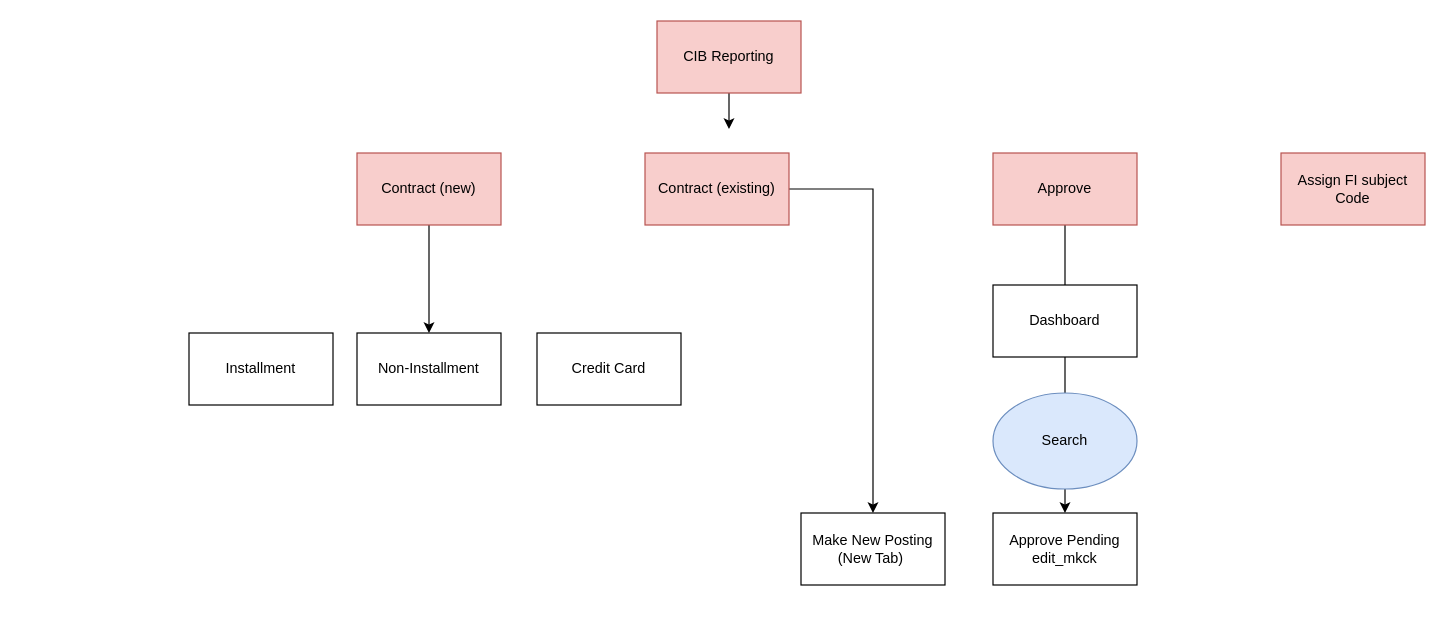
Above: Untitled Diagram.drawio in rakib06/DrawIO (draw.io), before the change. Source tidied: cells renumbered, new cells numbered last; positions are measured from the earlier drawing's top-left corner, leaving out a move shared by most shapes. Both pictures are drawn from the tidied source at 120%, with x=0, y=0 at pixel (188, 20).
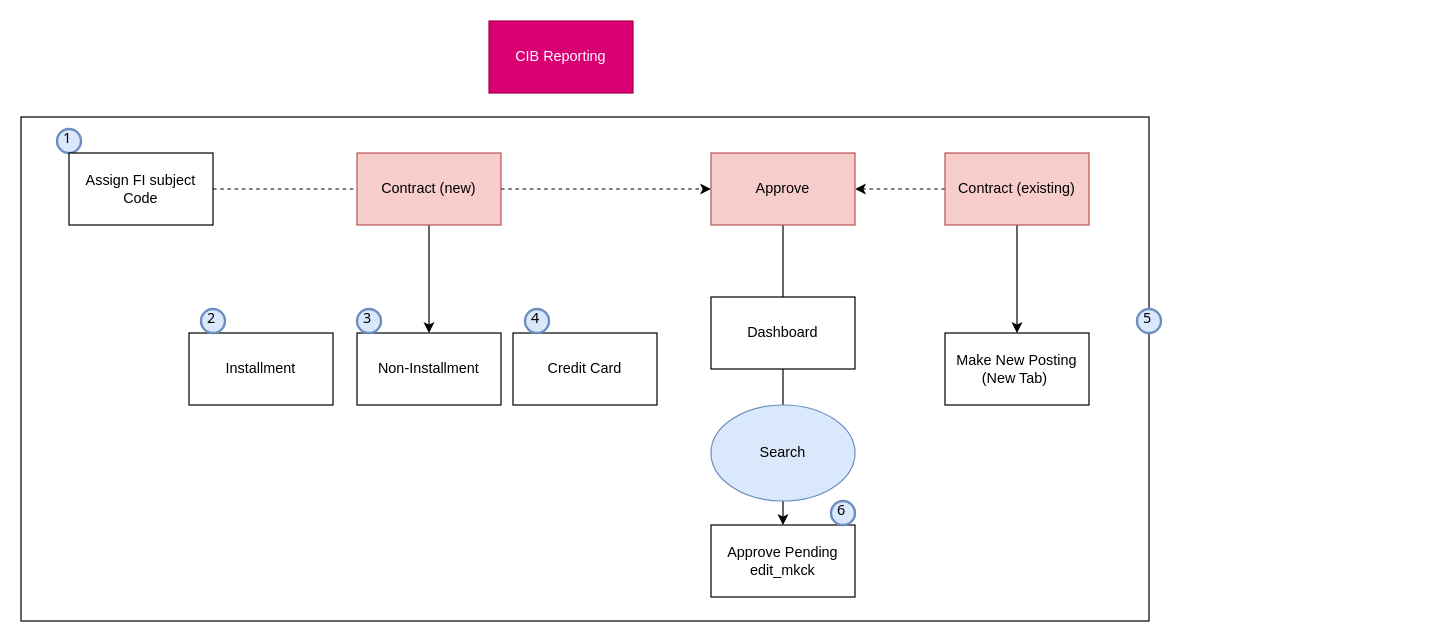
Above is the later version.

Commit message:
cib reporting

The change refers to these unchanged cells:
```xml
<mxCell id="5" value="Contract (new)" style="rounded=0;whiteSpace=wrap;html=1;fillColor=#f8cecc;strokeColor=#b85450;" parent="1" vertex="1">
  <mxGeometry x="140" y="110" width="120" height="60" as="geometry" />
</mxCell>
```

Diff of the diagram source:
```diff
@@
-    <mxCell id="2" style="edgeStyle=orthogonalEdgeStyle;rounded=0;jettySize=auto;html=1;" parent="1" edge="1" source="3">
-      <mxGeometry relative="1" as="geometry">
-        <mxPoint x="450" y="90" as="targetPoint" />
-      </mxGeometry>
-    </mxCell>
+    <mxCell id="19" style="rounded=0;whiteSpace=wrap;html=1;fillColor=none;" parent="1" vertex="1">
+      <mxGeometry x="-140" y="80" width="940" height="420" as="geometry" />
+    </mxCell>
-    <mxCell id="3" value="CIB Reporting" style="rounded=0;whiteSpace=wrap;html=1;fillColor=#f8cecc;strokeColor=#b85450;" parent="1" vertex="1">
-      <mxGeometry x="390" width="120" height="60" as="geometry" />
+    <mxCell id="3" value="CIB Reporting" style="rounded=0;whiteSpace=wrap;html=1;fillColor=#d80073;strokeColor=#A50040;fontColor=#ffffff;" parent="1" vertex="1">
+      <mxGeometry x="250" width="120" height="60" as="geometry" />
     </mxCell>
@@
+    <mxCell id="20" style="edgeStyle=orthogonalEdgeStyle;rounded=0;jettySize=auto;html=1;dashed=1;" parent="1" edge="1" source="5" target="9">
+      <mxGeometry relative="1" as="geometry" />
+    </mxCell>
@@
+    <mxCell id="21" style="edgeStyle=orthogonalEdgeStyle;rounded=0;jettySize=auto;html=1;entryX=1;entryY=0.5;entryDx=0;entryDy=0;dashed=1;" parent="1" edge="1" source="7" target="9">
+      <mxGeometry relative="1" as="geometry" />
+    </mxCell>
     <mxCell id="7" value="Contract (existing)" style="rounded=0;whiteSpace=wrap;html=1;fillColor=#f8cecc;strokeColor=#b85450;" parent="1" vertex="1">
-      <mxGeometry x="380" y="110" width="120" height="60" as="geometry" />
+      <mxGeometry x="630" y="110" width="120" height="60" as="geometry" />
     </mxCell>
     <mxCell id="8" style="edgeStyle=orthogonalEdgeStyle;rounded=0;jettySize=auto;html=1;" parent="1" edge="1" source="9">
       <mxGeometry relative="1" as="geometry">
-        <mxPoint x="730" y="270" as="targetPoint" />
+        <mxPoint x="495" y="280" as="targetPoint" />
       </mxGeometry>
     </mxCell>
     <mxCell id="9" value="Approve" style="rounded=0;whiteSpace=wrap;html=1;fillColor=#f8cecc;strokeColor=#b85450;" parent="1" vertex="1">
-      <mxGeometry x="670" y="110" width="120" height="60" as="geometry" />
+      <mxGeometry x="435" y="110" width="120" height="60" as="geometry" />
     </mxCell>
@@
     <mxCell id="12" value="Credit Card" style="rounded=0;whiteSpace=wrap;html=1;" parent="1" vertex="1">
-      <mxGeometry x="290" y="260" width="120" height="60" as="geometry" />
+      <mxGeometry x="270" y="260" width="120" height="60" as="geometry" />
     </mxCell>
     <mxCell id="13" value="Make New Posting (New Tab)&amp;nbsp;" style="rounded=0;whiteSpace=wrap;html=1;" parent="1" vertex="1">
-      <mxGeometry x="510" y="410" width="120" height="60" as="geometry" />
+      <mxGeometry x="630" y="260" width="120" height="60" as="geometry" />
     </mxCell>
     <mxCell id="14" style="edgeStyle=orthogonalEdgeStyle;rounded=0;jettySize=auto;html=1;" parent="1" edge="1" source="15">
       <mxGeometry relative="1" as="geometry">
-        <mxPoint x="730" y="410" as="targetPoint" />
+        <mxPoint x="495" y="420" as="targetPoint" />
       </mxGeometry>
     </mxCell>
     <mxCell id="15" value="Dashboard" style="rounded=0;whiteSpace=wrap;html=1;" parent="1" vertex="1">
-      <mxGeometry x="670" y="220" width="120" height="60" as="geometry" />
+      <mxGeometry x="435" y="230" width="120" height="60" as="geometry" />
     </mxCell>
     <mxCell id="16" value="Approve Pending&lt;br&gt;edit_mkck" style="rounded=0;whiteSpace=wrap;html=1;" parent="1" vertex="1">
-      <mxGeometry x="670" y="410" width="120" height="60" as="geometry" />
+      <mxGeometry x="435" y="420" width="120" height="60" as="geometry" />
     </mxCell>
+    <mxCell id="18" value="Search" style="ellipse;whiteSpace=wrap;html=1;fillColor=#dae8fc;strokeColor=#6c8ebf;" parent="1" vertex="1">
+      <mxGeometry x="435" y="320" width="120" height="80" as="geometry" />
+    </mxCell>
+    <mxCell id="22" value="1" style="ellipse;whiteSpace=wrap;html=1;strokeWidth=2;fontFamily=Tahoma;spacingBottom=4;spacingRight=2;strokeColor=#6c8ebf;fillColor=#dae8fc;" parent="1" vertex="1">
+      <mxGeometry x="-110" y="90" width="20" height="20" as="geometry" />
+    </mxCell>
+    <mxCell id="23" value="2" style="ellipse;whiteSpace=wrap;html=1;strokeWidth=2;fontFamily=Tahoma;spacingBottom=4;spacingRight=2;strokeColor=#6c8ebf;fillColor=#dae8fc;" parent="1" vertex="1">
+      <mxGeometry x="10" y="240" width="20" height="20" as="geometry" />
+    </mxCell>
+    <mxCell id="24" value="3" style="ellipse;whiteSpace=wrap;html=1;strokeWidth=2;fontFamily=Tahoma;spacingBottom=4;spacingRight=2;strokeColor=#6c8ebf;fillColor=#dae8fc;" parent="1" vertex="1">
+      <mxGeometry x="140" y="240" width="20" height="20" as="geometry" />
+    </mxCell>
-    <mxCell id="17" value="Assign FI subject Code" style="rounded=0;whiteSpace=wrap;html=1;fillColor=#f8cecc;strokeColor=#b85450;" parent="1" vertex="1">
-      <mxGeometry x="910" y="110" width="120" height="60" as="geometry" />
+    <mxCell id="17" value="Assign FI subject Code" style="rounded=0;whiteSpace=wrap;html=1;" parent="1" vertex="1">
+      <mxGeometry x="-100" y="110" width="120" height="60" as="geometry" />
     </mxCell>
-    <mxCell id="18" value="Search" style="ellipse;whiteSpace=wrap;html=1;fillColor=#dae8fc;strokeColor=#6c8ebf;" parent="1" vertex="1">
-      <mxGeometry x="670" y="310" width="120" height="80" as="geometry" />
-    </mxCell>
+    <mxCell id="25" value="4" style="ellipse;whiteSpace=wrap;html=1;strokeWidth=2;fontFamily=Tahoma;spacingBottom=4;spacingRight=2;strokeColor=#6c8ebf;fillColor=#dae8fc;" parent="1" vertex="1">
+      <mxGeometry x="280" y="240" width="20" height="20" as="geometry" />
+    </mxCell>
+    <mxCell id="26" value="5" style="ellipse;whiteSpace=wrap;html=1;strokeWidth=2;fontFamily=Tahoma;spacingBottom=4;spacingRight=2;strokeColor=#6c8ebf;fillColor=#dae8fc;" parent="1" vertex="1">
+      <mxGeometry x="790" y="240" width="20" height="20" as="geometry" />
+    </mxCell>
+    <mxCell id="27" value="6" style="ellipse;whiteSpace=wrap;html=1;strokeWidth=2;fontFamily=Tahoma;spacingBottom=4;spacingRight=2;strokeColor=#6c8ebf;fillColor=#dae8fc;" parent="1" vertex="1">
+      <mxGeometry x="535" y="400" width="20" height="20" as="geometry" />
+    </mxCell>
+    <mxCell id="28" style="endArrow=none;dashed=1;html=1;rounded=0;entryX=0;entryY=0.5;entryDx=0;entryDy=0;" parent="1" edge="1" source="17" target="5">
+      <mxGeometry relative="1" as="geometry" />
+    </mxCell>
```
